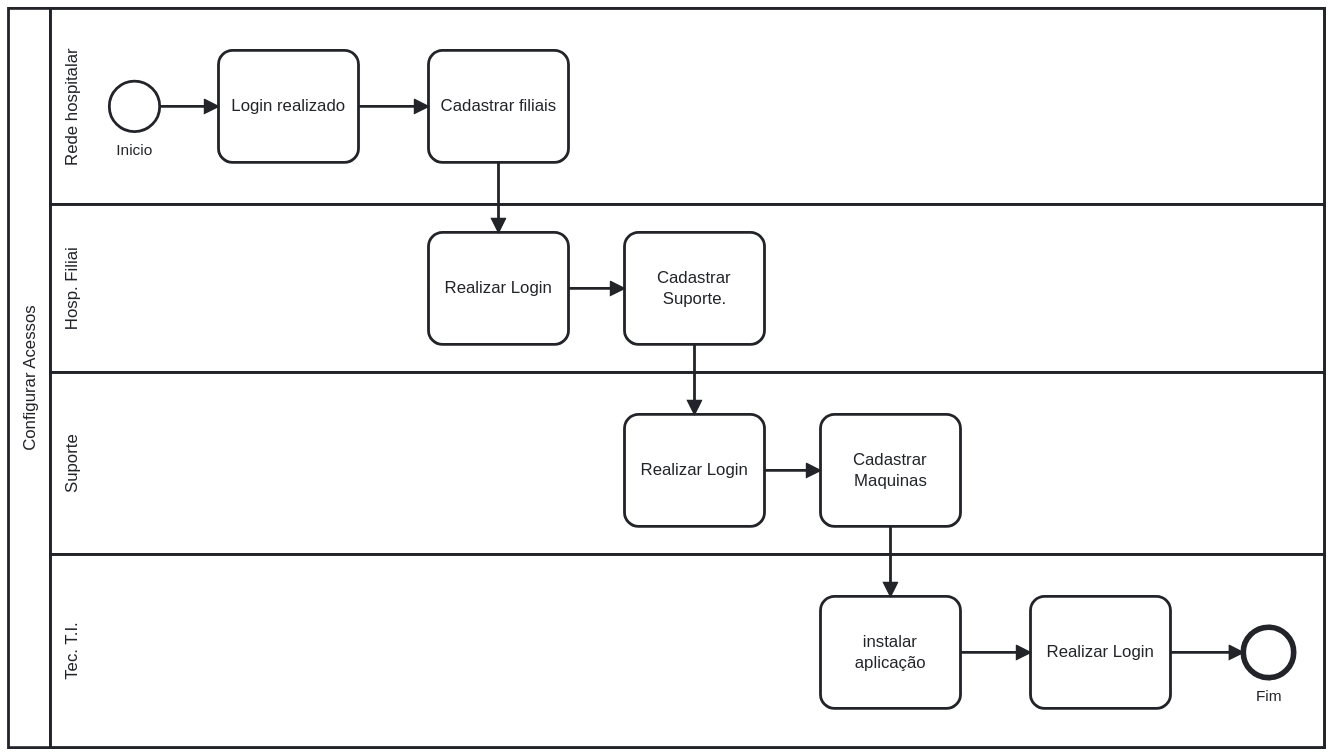
The BPMN diagram BPMN´s/Configurar Acessos.svg in 2ADSC-Grupo9-HSO/Documentacao, before a commit. Its source is kept beside it as BPMN´s/Configurar Acessos.bpmn. Ids are renumbered. Its diagram source:
```xml
<bpmn:definitions xmlns:xsi="http://www.w3.org/2001/XMLSchema-instance" xmlns:bpmn="http://www.omg.org/spec/BPMN/20100524/MODEL" xmlns:bpmndi="http://www.omg.org/spec/BPMN/20100524/DI" xmlns:dc="http://www.omg.org/spec/DD/20100524/DC" xmlns:di="http://www.omg.org/spec/DD/20100524/DI" id="Definitions_n1" targetNamespace="http://bpmn.io/schema/bpmn" exporter="bpmn-js (https://demo.bpmn.io)" exporterVersion="10.2.0">
  <bpmn:collaboration id="Collaboration_n2">
    <bpmn:participant id="Participant_n3" name="Configurar Acessos" processRef="Process_n4" />
  </bpmn:collaboration>
  <bpmn:process id="Process_n4" isExecutable="false">
    <bpmn:laneSet id="LaneSet_n5">
      <bpmn:lane id="Lane_n6" name="Rede hospitalar">
        <bpmn:flowNodeRef>StartEvent_n7</bpmn:flowNodeRef>
        <bpmn:flowNodeRef>Activity_n8</bpmn:flowNodeRef>
        <bpmn:flowNodeRef>Activity_n9</bpmn:flowNodeRef>
      </bpmn:lane>
      <bpmn:lane id="Lane_n10" name="Hosp. Filiai">
        <bpmn:flowNodeRef>Activity_n11</bpmn:flowNodeRef>
        <bpmn:flowNodeRef>Activity_n12</bpmn:flowNodeRef>
      </bpmn:lane>
      <bpmn:lane id="Lane_n13" name="Suporte">
        <bpmn:flowNodeRef>Activity_n14</bpmn:flowNodeRef>
        <bpmn:flowNodeRef>Activity_n15</bpmn:flowNodeRef>
      </bpmn:lane>
      <bpmn:lane id="Lane_n16" name="Tec. T.I.">
        <bpmn:flowNodeRef>Activity_n17</bpmn:flowNodeRef>
        <bpmn:flowNodeRef>Activity_n18</bpmn:flowNodeRef>
        <bpmn:flowNodeRef>Event_n19</bpmn:flowNodeRef>
      </bpmn:lane>
    </bpmn:laneSet>
    <bpmn:startEvent id="StartEvent_n7" name="Inicio">
      <bpmn:outgoing>Flow_n20</bpmn:outgoing>
    </bpmn:startEvent>
    <bpmn:task id="Activity_n8" name="Cadastrar filiais">
      <bpmn:incoming>Flow_n21</bpmn:incoming>
      <bpmn:outgoing>Flow_n22</bpmn:outgoing>
    </bpmn:task>
    <bpmn:task id="Activity_n9" name="Login realizado">
      <bpmn:incoming>Flow_n20</bpmn:incoming>
      <bpmn:outgoing>Flow_n21</bpmn:outgoing>
    </bpmn:task>
    <bpmn:task id="Activity_n11" name="Realizar Login">
      <bpmn:incoming>Flow_n22</bpmn:incoming>
      <bpmn:outgoing>Flow_n23</bpmn:outgoing>
    </bpmn:task>
    <bpmn:task id="Activity_n12" name="Cadastrar Suporte.">
      <bpmn:incoming>Flow_n23</bpmn:incoming>
      <bpmn:outgoing>Flow_n24</bpmn:outgoing>
    </bpmn:task>
    <bpmn:task id="Activity_n14" name="Realizar Login">
      <bpmn:incoming>Flow_n24</bpmn:incoming>
      <bpmn:outgoing>Flow_n25</bpmn:outgoing>
    </bpmn:task>
    <bpmn:task id="Activity_n15" name="Cadastrar Maquinas">
      <bpmn:incoming>Flow_n25</bpmn:incoming>
      <bpmn:outgoing>Flow_n26</bpmn:outgoing>
    </bpmn:task>
    <bpmn:task id="Activity_n17" name="instalar aplicação">
      <bpmn:incoming>Flow_n26</bpmn:incoming>
      <bpmn:outgoing>Flow_n27</bpmn:outgoing>
    </bpmn:task>
    <bpmn:task id="Activity_n18" name="Realizar Login">
      <bpmn:incoming>Flow_n27</bpmn:incoming>
      <bpmn:outgoing>Flow_n28</bpmn:outgoing>
    </bpmn:task>
    <bpmn:endEvent id="Event_n19" name="Fim">
      <bpmn:incoming>Flow_n28</bpmn:incoming>
    </bpmn:endEvent>
    <bpmn:sequenceFlow id="Flow_n20" sourceRef="StartEvent_n7" targetRef="Activity_n9" />
    <bpmn:sequenceFlow id="Flow_n21" sourceRef="Activity_n9" targetRef="Activity_n8" />
    <bpmn:sequenceFlow id="Flow_n22" sourceRef="Activity_n8" targetRef="Activity_n11" />
    <bpmn:sequenceFlow id="Flow_n23" sourceRef="Activity_n11" targetRef="Activity_n12" />
    <bpmn:sequenceFlow id="Flow_n24" sourceRef="Activity_n12" targetRef="Activity_n14" />
    <bpmn:sequenceFlow id="Flow_n25" sourceRef="Activity_n14" targetRef="Activity_n15" />
    <bpmn:sequenceFlow id="Flow_n26" sourceRef="Activity_n15" targetRef="Activity_n17" />
    <bpmn:sequenceFlow id="Flow_n27" sourceRef="Activity_n17" targetRef="Activity_n18" />
    <bpmn:sequenceFlow id="Flow_n28" sourceRef="Activity_n18" targetRef="Event_n19" />
  </bpmn:process>
  <bpmndi:BPMNDiagram id="BPMNDiagram_1">
    <bpmndi:BPMNPlane id="BPMNPlane_1" bpmnElement="Collaboration_n2">
      <bpmndi:BPMNShape id="Participant_n3_di" bpmnElement="Participant_n3" isHorizontal="true">
        <dc:Bounds x="160" y="40" width="940" height="528" />
        <bpmndi:BPMNLabel />
      </bpmndi:BPMNShape>
      <bpmndi:BPMNShape id="Lane_n16_di" bpmnElement="Lane_n16" isHorizontal="true">
        <dc:Bounds x="190" y="430" width="910" height="138" />
        <bpmndi:BPMNLabel />
      </bpmndi:BPMNShape>
      <bpmndi:BPMNShape id="Lane_n13_di" bpmnElement="Lane_n13" isHorizontal="true">
        <dc:Bounds x="190" y="300" width="910" height="130" />
        <bpmndi:BPMNLabel />
      </bpmndi:BPMNShape>
      <bpmndi:BPMNShape id="Lane_n10_di" bpmnElement="Lane_n10" isHorizontal="true">
        <dc:Bounds x="190" y="180" width="910" height="120" />
        <bpmndi:BPMNLabel />
      </bpmndi:BPMNShape>
      <bpmndi:BPMNShape id="Lane_n6_di" bpmnElement="Lane_n6" isHorizontal="true">
        <dc:Bounds x="190" y="40" width="910" height="140" />
        <bpmndi:BPMNLabel />
      </bpmndi:BPMNShape>
      <bpmndi:BPMNShape id="_BPMNShape_StartEvent_2" bpmnElement="StartEvent_n7">
        <dc:Bounds x="232" y="92" width="36" height="36" />
        <bpmndi:BPMNLabel>
          <dc:Bounds x="237" y="135" width="26" height="14" />
        </bpmndi:BPMNLabel>
      </bpmndi:BPMNShape>
      <bpmndi:BPMNShape id="Activity_n8_di" bpmnElement="Activity_n8">
        <dc:Bounds x="460" y="70" width="100" height="80" />
        <bpmndi:BPMNLabel />
      </bpmndi:BPMNShape>
      <bpmndi:BPMNShape id="Activity_n9_di" bpmnElement="Activity_n9">
        <dc:Bounds x="310" y="70" width="100" height="80" />
        <bpmndi:BPMNLabel />
      </bpmndi:BPMNShape>
      <bpmndi:BPMNShape id="BPMNShape_n29" bpmnElement="Activity_n11">
        <dc:Bounds x="460" y="200" width="100" height="80" />
        <bpmndi:BPMNLabel />
      </bpmndi:BPMNShape>
      <bpmndi:BPMNShape id="Activity_n12_di" bpmnElement="Activity_n12">
        <dc:Bounds x="600" y="200" width="100" height="80" />
        <bpmndi:BPMNLabel />
      </bpmndi:BPMNShape>
      <bpmndi:BPMNShape id="BPMNShape_n30" bpmnElement="Activity_n14">
        <dc:Bounds x="600" y="330" width="100" height="80" />
        <bpmndi:BPMNLabel />
      </bpmndi:BPMNShape>
      <bpmndi:BPMNShape id="BPMNShape_n31" bpmnElement="Activity_n15">
        <dc:Bounds x="740" y="330" width="100" height="80" />
        <bpmndi:BPMNLabel />
      </bpmndi:BPMNShape>
      <bpmndi:BPMNShape id="Activity_n17_di" bpmnElement="Activity_n17">
        <dc:Bounds x="740" y="460" width="100" height="80" />
        <bpmndi:BPMNLabel />
      </bpmndi:BPMNShape>
      <bpmndi:BPMNShape id="Activity_n18_di" bpmnElement="Activity_n18">
        <dc:Bounds x="890" y="460" width="100" height="80" />
        <bpmndi:BPMNLabel />
      </bpmndi:BPMNShape>
      <bpmndi:BPMNShape id="Event_n19_di" bpmnElement="Event_n19">
        <dc:Bounds x="1042" y="482" width="36" height="36" />
        <bpmndi:BPMNLabel>
          <dc:Bounds x="1051" y="525" width="19" height="14" />
        </bpmndi:BPMNLabel>
      </bpmndi:BPMNShape>
      <bpmndi:BPMNEdge id="Flow_n20_di" bpmnElement="Flow_n20">
        <di:waypoint x="268" y="110" />
        <di:waypoint x="310" y="110" />
      </bpmndi:BPMNEdge>
      <bpmndi:BPMNEdge id="Flow_n21_di" bpmnElement="Flow_n21">
        <di:waypoint x="410" y="110" />
        <di:waypoint x="460" y="110" />
      </bpmndi:BPMNEdge>
      <bpmndi:BPMNEdge id="Flow_n22_di" bpmnElement="Flow_n22">
        <di:waypoint x="510" y="150" />
        <di:waypoint x="510" y="200" />
      </bpmndi:BPMNEdge>
      <bpmndi:BPMNEdge id="Flow_n23_di" bpmnElement="Flow_n23">
        <di:waypoint x="560" y="240" />
        <di:waypoint x="600" y="240" />
      </bpmndi:BPMNEdge>
      <bpmndi:BPMNEdge id="Flow_n24_di" bpmnElement="Flow_n24">
        <di:waypoint x="650" y="280" />
        <di:waypoint x="650" y="330" />
      </bpmndi:BPMNEdge>
      <bpmndi:BPMNEdge id="Flow_n25_di" bpmnElement="Flow_n25">
        <di:waypoint x="700" y="370" />
        <di:waypoint x="740" y="370" />
      </bpmndi:BPMNEdge>
      <bpmndi:BPMNEdge id="Flow_n26_di" bpmnElement="Flow_n26">
        <di:waypoint x="790" y="410" />
        <di:waypoint x="790" y="460" />
      </bpmndi:BPMNEdge>
      <bpmndi:BPMNEdge id="Flow_n27_di" bpmnElement="Flow_n27">
        <di:waypoint x="840" y="500" />
        <di:waypoint x="890" y="500" />
      </bpmndi:BPMNEdge>
      <bpmndi:BPMNEdge id="Flow_n28_di" bpmnElement="Flow_n28">
        <di:waypoint x="990" y="500" />
        <di:waypoint x="1042" y="500" />
      </bpmndi:BPMNEdge>
    </bpmndi:BPMNPlane>
  </bpmndi:BPMNDiagram>
</bpmn:definitions>
```
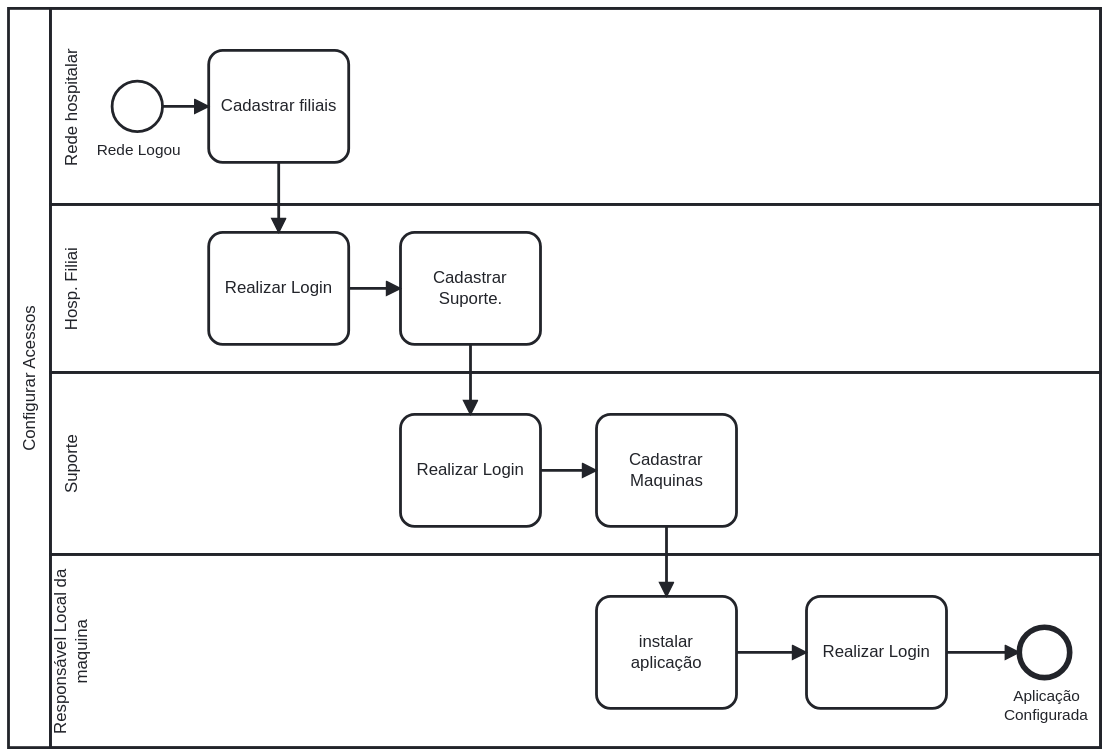
Later version of the same file.

Commit message:
BPMN Atualizado

Change to the diagram source:
```diff
@@ -5,39 +5,23 @@
   <bpmn:process id="Process_n4" isExecutable="false">
     <bpmn:laneSet id="LaneSet_n5">
       <bpmn:lane id="Lane_n6" name="Rede hospitalar">
+        <bpmn:flowNodeRef>Activity_n8</bpmn:flowNodeRef>
         <bpmn:flowNodeRef>StartEvent_n7</bpmn:flowNodeRef>
-        <bpmn:flowNodeRef>Activity_n8</bpmn:flowNodeRef>
-        <bpmn:flowNodeRef>Activity_n9</bpmn:flowNodeRef>
       </bpmn:lane>
       <bpmn:lane id="Lane_n10" name="Hosp. Filiai">
+        <bpmn:flowNodeRef>Activity_n12</bpmn:flowNodeRef>
         <bpmn:flowNodeRef>Activity_n11</bpmn:flowNodeRef>
-        <bpmn:flowNodeRef>Activity_n12</bpmn:flowNodeRef>
       </bpmn:lane>
       <bpmn:lane id="Lane_n13" name="Suporte">
         <bpmn:flowNodeRef>Activity_n14</bpmn:flowNodeRef>
         <bpmn:flowNodeRef>Activity_n15</bpmn:flowNodeRef>
       </bpmn:lane>
-      <bpmn:lane id="Lane_n16" name="Tec. T.I.">
+      <bpmn:lane id="Lane_n16" name="Responsável Local da maquina">
         <bpmn:flowNodeRef>Activity_n17</bpmn:flowNodeRef>
         <bpmn:flowNodeRef>Activity_n18</bpmn:flowNodeRef>
         <bpmn:flowNodeRef>Event_n19</bpmn:flowNodeRef>
       </bpmn:lane>
     </bpmn:laneSet>
-    <bpmn:startEvent id="StartEvent_n7" name="Inicio">
-      <bpmn:outgoing>Flow_n20</bpmn:outgoing>
-    </bpmn:startEvent>
-    <bpmn:task id="Activity_n8" name="Cadastrar filiais">
-      <bpmn:incoming>Flow_n21</bpmn:incoming>
-      <bpmn:outgoing>Flow_n22</bpmn:outgoing>
-    </bpmn:task>
-    <bpmn:task id="Activity_n9" name="Login realizado">
-      <bpmn:incoming>Flow_n20</bpmn:incoming>
-      <bpmn:outgoing>Flow_n21</bpmn:outgoing>
-    </bpmn:task>
-    <bpmn:task id="Activity_n11" name="Realizar Login">
-      <bpmn:incoming>Flow_n22</bpmn:incoming>
-      <bpmn:outgoing>Flow_n23</bpmn:outgoing>
-    </bpmn:task>
     <bpmn:task id="Activity_n12" name="Cadastrar Suporte.">
       <bpmn:incoming>Flow_n23</bpmn:incoming>
       <bpmn:outgoing>Flow_n24</bpmn:outgoing>
@@ -58,11 +42,10 @@
       <bpmn:incoming>Flow_n27</bpmn:incoming>
       <bpmn:outgoing>Flow_n28</bpmn:outgoing>
     </bpmn:task>
-    <bpmn:endEvent id="Event_n19" name="Fim">
+    <bpmn:endEvent id="Event_n19" name="Aplicação Configurada">
       <bpmn:incoming>Flow_n28</bpmn:incoming>
     </bpmn:endEvent>
-    <bpmn:sequenceFlow id="Flow_n20" sourceRef="StartEvent_n7" targetRef="Activity_n9" />
-    <bpmn:sequenceFlow id="Flow_n21" sourceRef="Activity_n9" targetRef="Activity_n8" />
+    <bpmn:sequenceFlow id="Flow_n20" sourceRef="StartEvent_n7" targetRef="Activity_n8" />
     <bpmn:sequenceFlow id="Flow_n22" sourceRef="Activity_n8" targetRef="Activity_n11" />
     <bpmn:sequenceFlow id="Flow_n23" sourceRef="Activity_n11" targetRef="Activity_n12" />
     <bpmn:sequenceFlow id="Flow_n24" sourceRef="Activity_n12" targetRef="Activity_n14" />
@@ -70,108 +53,111 @@
     <bpmn:sequenceFlow id="Flow_n26" sourceRef="Activity_n15" targetRef="Activity_n17" />
     <bpmn:sequenceFlow id="Flow_n27" sourceRef="Activity_n17" targetRef="Activity_n18" />
     <bpmn:sequenceFlow id="Flow_n28" sourceRef="Activity_n18" targetRef="Event_n19" />
+    <bpmn:task id="Activity_n11" name="Realizar Login">
+      <bpmn:incoming>Flow_n22</bpmn:incoming>
+      <bpmn:outgoing>Flow_n23</bpmn:outgoing>
+    </bpmn:task>
+    <bpmn:task id="Activity_n8" name="Cadastrar filiais">
+      <bpmn:incoming>Flow_n20</bpmn:incoming>
+      <bpmn:outgoing>Flow_n22</bpmn:outgoing>
+    </bpmn:task>
+    <bpmn:startEvent id="StartEvent_n7" name="Rede Logou">
+      <bpmn:outgoing>Flow_n20</bpmn:outgoing>
+    </bpmn:startEvent>
   </bpmn:process>
   <bpmndi:BPMNDiagram id="BPMNDiagram_1">
     <bpmndi:BPMNPlane id="BPMNPlane_1" bpmnElement="Collaboration_n2">
       <bpmndi:BPMNShape id="Participant_n3_di" bpmnElement="Participant_n3" isHorizontal="true">
-        <dc:Bounds x="160" y="40" width="940" height="528" />
+        <dc:Bounds x="160" y="40" width="780" height="528" />
         <bpmndi:BPMNLabel />
       </bpmndi:BPMNShape>
       <bpmndi:BPMNShape id="Lane_n16_di" bpmnElement="Lane_n16" isHorizontal="true">
-        <dc:Bounds x="190" y="430" width="910" height="138" />
+        <dc:Bounds x="190" y="430" width="750" height="138" />
         <bpmndi:BPMNLabel />
       </bpmndi:BPMNShape>
       <bpmndi:BPMNShape id="Lane_n13_di" bpmnElement="Lane_n13" isHorizontal="true">
-        <dc:Bounds x="190" y="300" width="910" height="130" />
+        <dc:Bounds x="190" y="300" width="750" height="130" />
         <bpmndi:BPMNLabel />
       </bpmndi:BPMNShape>
       <bpmndi:BPMNShape id="Lane_n10_di" bpmnElement="Lane_n10" isHorizontal="true">
-        <dc:Bounds x="190" y="180" width="910" height="120" />
+        <dc:Bounds x="190" y="180" width="750" height="120" />
         <bpmndi:BPMNLabel />
       </bpmndi:BPMNShape>
       <bpmndi:BPMNShape id="Lane_n6_di" bpmnElement="Lane_n6" isHorizontal="true">
-        <dc:Bounds x="190" y="40" width="910" height="140" />
+        <dc:Bounds x="190" y="40" width="750" height="140" />
+        <bpmndi:BPMNLabel />
+      </bpmndi:BPMNShape>
+      <bpmndi:BPMNShape id="Activity_n12_di" bpmnElement="Activity_n12">
+        <dc:Bounds x="440" y="200" width="100" height="80" />
+        <bpmndi:BPMNLabel />
+      </bpmndi:BPMNShape>
+      <bpmndi:BPMNShape id="BPMNShape_n30" bpmnElement="Activity_n14">
+        <dc:Bounds x="440" y="330" width="100" height="80" />
+        <bpmndi:BPMNLabel />
+      </bpmndi:BPMNShape>
+      <bpmndi:BPMNShape id="BPMNShape_n31" bpmnElement="Activity_n15">
+        <dc:Bounds x="580" y="330" width="100" height="80" />
+        <bpmndi:BPMNLabel />
+      </bpmndi:BPMNShape>
+      <bpmndi:BPMNShape id="Activity_n17_di" bpmnElement="Activity_n17">
+        <dc:Bounds x="580" y="460" width="100" height="80" />
+        <bpmndi:BPMNLabel />
+      </bpmndi:BPMNShape>
+      <bpmndi:BPMNShape id="Activity_n18_di" bpmnElement="Activity_n18">
+        <dc:Bounds x="730" y="460" width="100" height="80" />
+        <bpmndi:BPMNLabel />
+      </bpmndi:BPMNShape>
+      <bpmndi:BPMNShape id="Event_n19_di" bpmnElement="Event_n19">
+        <dc:Bounds x="882" y="482" width="36" height="36" />
+        <bpmndi:BPMNLabel>
+          <dc:Bounds x="871" y="525" width="60" height="27" />
+        </bpmndi:BPMNLabel>
+      </bpmndi:BPMNShape>
+      <bpmndi:BPMNShape id="BPMNShape_n29" bpmnElement="Activity_n11">
+        <dc:Bounds x="303" y="200" width="100" height="80" />
+        <bpmndi:BPMNLabel />
+      </bpmndi:BPMNShape>
+      <bpmndi:BPMNShape id="Activity_n8_di" bpmnElement="Activity_n8">
+        <dc:Bounds x="303" y="70" width="100" height="80" />
         <bpmndi:BPMNLabel />
       </bpmndi:BPMNShape>
       <bpmndi:BPMNShape id="_BPMNShape_StartEvent_2" bpmnElement="StartEvent_n7">
-        <dc:Bounds x="232" y="92" width="36" height="36" />
+        <dc:Bounds x="234" y="92" width="36" height="36" />
         <bpmndi:BPMNLabel>
-          <dc:Bounds x="237" y="135" width="26" height="14" />
-        </bpmndi:BPMNLabel>
-      </bpmndi:BPMNShape>
-      <bpmndi:BPMNShape id="Activity_n8_di" bpmnElement="Activity_n8">
-        <dc:Bounds x="460" y="70" width="100" height="80" />
-        <bpmndi:BPMNLabel />
-      </bpmndi:BPMNShape>
-      <bpmndi:BPMNShape id="Activity_n9_di" bpmnElement="Activity_n9">
-        <dc:Bounds x="310" y="70" width="100" height="80" />
-        <bpmndi:BPMNLabel />
-      </bpmndi:BPMNShape>
-      <bpmndi:BPMNShape id="BPMNShape_n29" bpmnElement="Activity_n11">
-        <dc:Bounds x="460" y="200" width="100" height="80" />
-        <bpmndi:BPMNLabel />
-      </bpmndi:BPMNShape>
-      <bpmndi:BPMNShape id="Activity_n12_di" bpmnElement="Activity_n12">
-        <dc:Bounds x="600" y="200" width="100" height="80" />
-        <bpmndi:BPMNLabel />
-      </bpmndi:BPMNShape>
-      <bpmndi:BPMNShape id="BPMNShape_n30" bpmnElement="Activity_n14">
-        <dc:Bounds x="600" y="330" width="100" height="80" />
-        <bpmndi:BPMNLabel />
-      </bpmndi:BPMNShape>
-      <bpmndi:BPMNShape id="BPMNShape_n31" bpmnElement="Activity_n15">
-        <dc:Bounds x="740" y="330" width="100" height="80" />
-        <bpmndi:BPMNLabel />
-      </bpmndi:BPMNShape>
-      <bpmndi:BPMNShape id="Activity_n17_di" bpmnElement="Activity_n17">
-        <dc:Bounds x="740" y="460" width="100" height="80" />
-        <bpmndi:BPMNLabel />
-      </bpmndi:BPMNShape>
-      <bpmndi:BPMNShape id="Activity_n18_di" bpmnElement="Activity_n18">
-        <dc:Bounds x="890" y="460" width="100" height="80" />
-        <bpmndi:BPMNLabel />
-      </bpmndi:BPMNShape>
-      <bpmndi:BPMNShape id="Event_n19_di" bpmnElement="Event_n19">
-        <dc:Bounds x="1042" y="482" width="36" height="36" />
-        <bpmndi:BPMNLabel>
-          <dc:Bounds x="1051" y="525" width="19" height="14" />
+          <dc:Bounds x="223" y="135" width="60" height="14" />
         </bpmndi:BPMNLabel>
       </bpmndi:BPMNShape>
       <bpmndi:BPMNEdge id="Flow_n20_di" bpmnElement="Flow_n20">
-        <di:waypoint x="268" y="110" />
-        <di:waypoint x="310" y="110" />
-      </bpmndi:BPMNEdge>
-      <bpmndi:BPMNEdge id="Flow_n21_di" bpmnElement="Flow_n21">
-        <di:waypoint x="410" y="110" />
-        <di:waypoint x="460" y="110" />
+        <di:waypoint x="270" y="110" />
+        <di:waypoint x="303" y="110" />
       </bpmndi:BPMNEdge>
       <bpmndi:BPMNEdge id="Flow_n22_di" bpmnElement="Flow_n22">
-        <di:waypoint x="510" y="150" />
-        <di:waypoint x="510" y="200" />
+        <di:waypoint x="353" y="150" />
+        <di:waypoint x="353" y="200" />
       </bpmndi:BPMNEdge>
       <bpmndi:BPMNEdge id="Flow_n23_di" bpmnElement="Flow_n23">
-        <di:waypoint x="560" y="240" />
-        <di:waypoint x="600" y="240" />
+        <di:waypoint x="403" y="240" />
+        <di:waypoint x="440" y="240" />
       </bpmndi:BPMNEdge>
       <bpmndi:BPMNEdge id="Flow_n24_di" bpmnElement="Flow_n24">
-        <di:waypoint x="650" y="280" />
-        <di:waypoint x="650" y="330" />
+        <di:waypoint x="490" y="280" />
+        <di:waypoint x="490" y="330" />
       </bpmndi:BPMNEdge>
       <bpmndi:BPMNEdge id="Flow_n25_di" bpmnElement="Flow_n25">
-        <di:waypoint x="700" y="370" />
-        <di:waypoint x="740" y="370" />
+        <di:waypoint x="540" y="370" />
+        <di:waypoint x="580" y="370" />
       </bpmndi:BPMNEdge>
       <bpmndi:BPMNEdge id="Flow_n26_di" bpmnElement="Flow_n26">
-        <di:waypoint x="790" y="410" />
-        <di:waypoint x="790" y="460" />
+        <di:waypoint x="630" y="410" />
+        <di:waypoint x="630" y="460" />
       </bpmndi:BPMNEdge>
       <bpmndi:BPMNEdge id="Flow_n27_di" bpmnElement="Flow_n27">
-        <di:waypoint x="840" y="500" />
-        <di:waypoint x="890" y="500" />
+        <di:waypoint x="680" y="500" />
+        <di:waypoint x="730" y="500" />
       </bpmndi:BPMNEdge>
       <bpmndi:BPMNEdge id="Flow_n28_di" bpmnElement="Flow_n28">
-        <di:waypoint x="990" y="500" />
-        <di:waypoint x="1042" y="500" />
+        <di:waypoint x="830" y="500" />
+        <di:waypoint x="882" y="500" />
       </bpmndi:BPMNEdge>
     </bpmndi:BPMNPlane>
   </bpmndi:BPMNDiagram>
```
